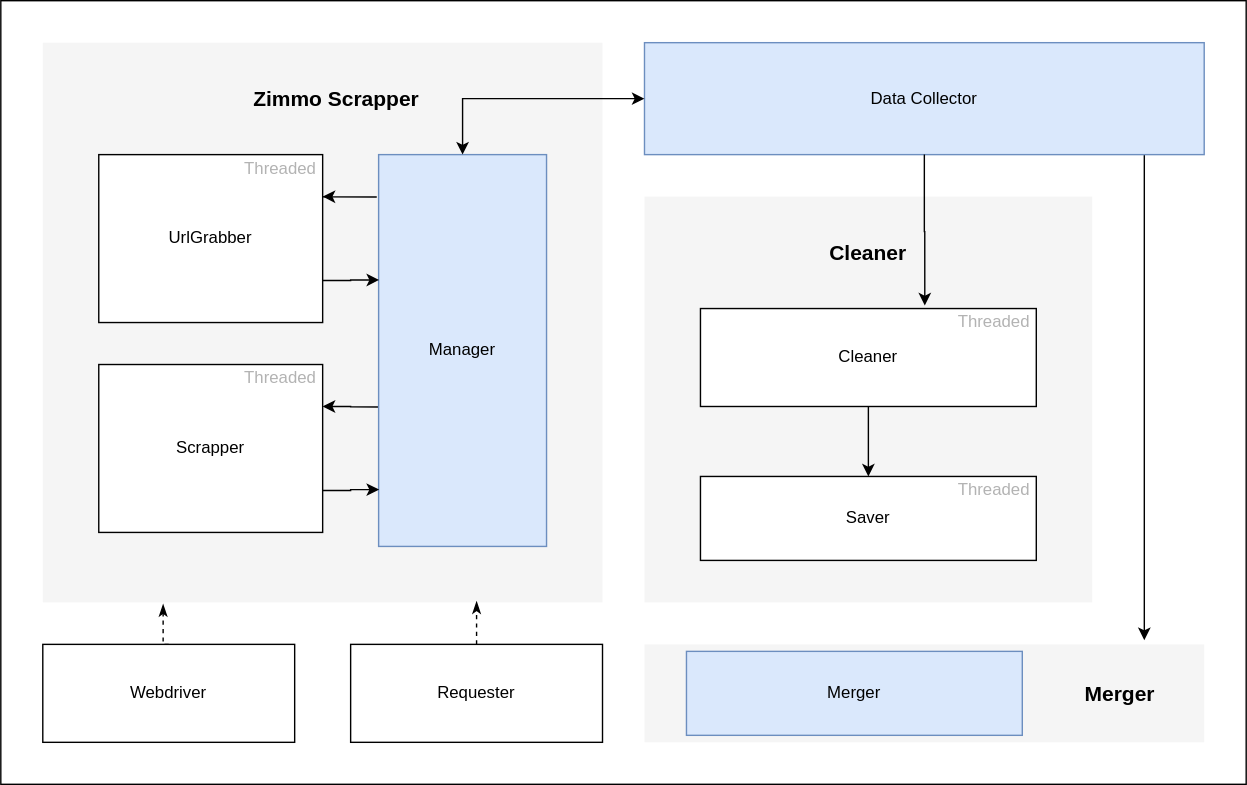
The draw.io diagram docs/architecture.svg in Joffreybvn/bot-scrape-zimmo, before a commit. Source tidied: cells renumbered, new cells last; positions are measured from the earlier drawing's top-left corner, leaving out a move shared by most shapes.
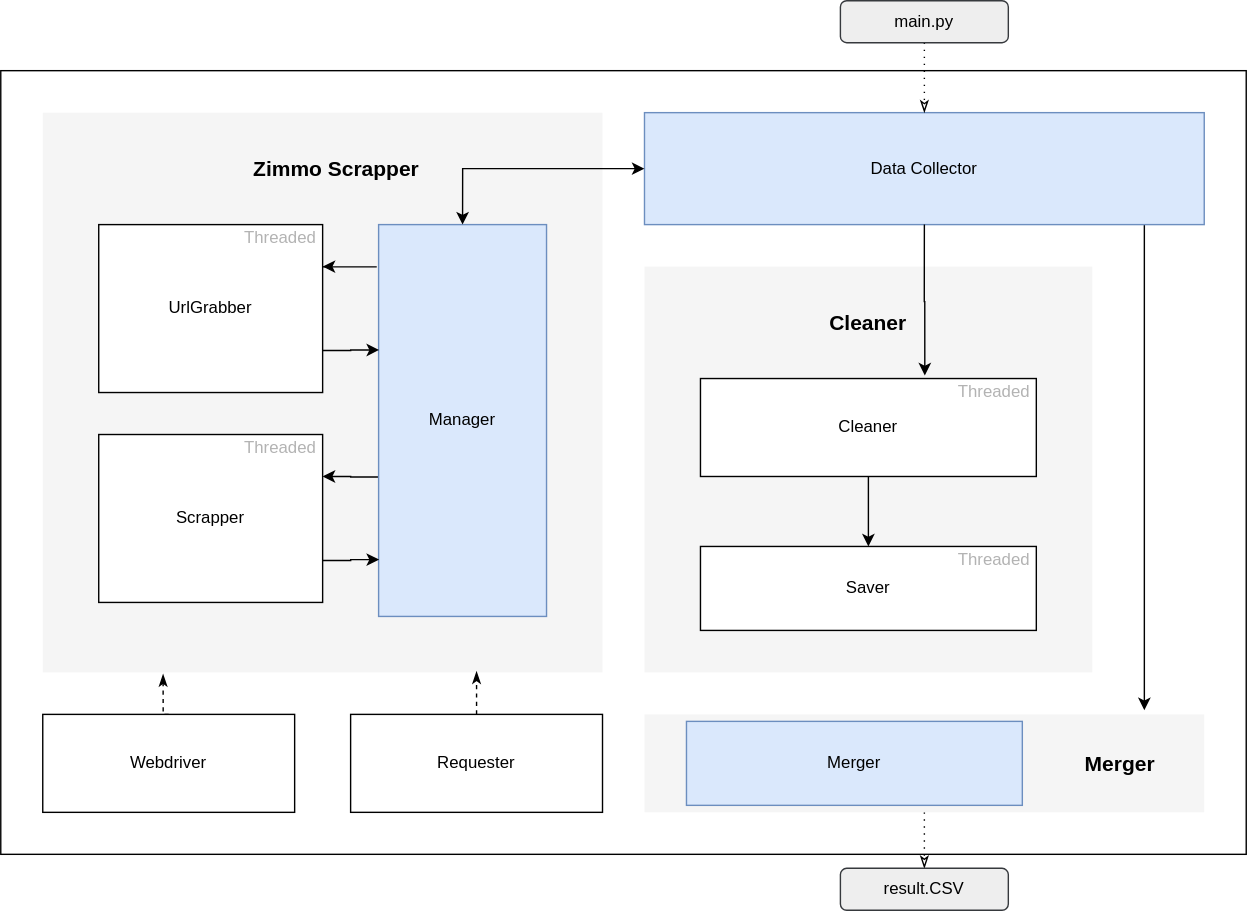
After the commit.

Change to the diagram source:
```diff
@@ -98,6 +98,9 @@
     <mxCell id="33" style="rounded=0;whiteSpace=wrap;html=1;" parent="1" vertex="1">
       <mxGeometry x="250" y="460" width="180" height="70" as="geometry" />
     </mxCell>
+    <mxCell id="41" style="edgeStyle=orthogonalEdgeStyle;rounded=0;jettySize=auto;html=1;exitX=0.5;exitY=1;exitDx=0;exitDy=0;entryX=0.5;entryY=0;entryDx=0;entryDy=0;dashed=1;dashPattern=1 4;endArrow=classicThin;endFill=0;" parent="1" edge="1" source="34" target="45">
+      <mxGeometry relative="1" as="geometry" />
+    </mxCell>
     <mxCell id="34" style="rounded=0;whiteSpace=wrap;html=1;fillColor=#f5f5f5;fontColor=#333333;strokeColor=none;" parent="1" vertex="1">
       <mxGeometry x="460" y="460" width="400" height="70" as="geometry" />
     </mxCell>
@@ -119,5 +122,20 @@
     <mxCell id="40" style="edgeStyle=orthogonalEdgeStyle;rounded=0;jettySize=auto;html=1;exitX=0.5;exitY=1;exitDx=0;exitDy=0;entryX=0.668;entryY=-0.031;entryDx=0;entryDy=0;endArrow=classic;endFill=1;entryPerimeter=0;" parent="1" edge="1" source="18" target="22">
       <mxGeometry relative="1" as="geometry" />
     </mxCell>
+    <mxCell id="42" style="edgeStyle=orthogonalEdgeStyle;rounded=0;jettySize=auto;html=1;exitX=0.5;exitY=1;exitDx=0;exitDy=0;endArrow=classicThin;endFill=0;dashed=1;dashPattern=1 4;" parent="1" edge="1" source="43" target="18">
+      <mxGeometry relative="1" as="geometry" />
+    </mxCell>
+    <mxCell id="43" style="rounded=1;whiteSpace=wrap;html=1;fillColor=#eeeeee;strokeColor=#36393d;" parent="1" vertex="1">
+      <mxGeometry x="600" y="-50" width="120" height="30" as="geometry" />
+    </mxCell>
+    <mxCell id="44" value="main.py" style="text;html=1;strokeColor=none;fillColor=none;align=center;verticalAlign=middle;whiteSpace=wrap;rounded=0;" parent="1" vertex="1">
+      <mxGeometry x="640" y="-45" width="40" height="20" as="geometry" />
+    </mxCell>
+    <mxCell id="45" style="rounded=1;whiteSpace=wrap;html=1;fillColor=#eeeeee;strokeColor=#36393d;" parent="1" vertex="1">
+      <mxGeometry x="600" y="570" width="120" height="30" as="geometry" />
+    </mxCell>
+    <mxCell id="46" value="result.CSV" style="text;html=1;strokeColor=none;fillColor=none;align=center;verticalAlign=middle;whiteSpace=wrap;rounded=0;" parent="1" vertex="1">
+      <mxGeometry x="640" y="575" width="40" height="20" as="geometry" />
+    </mxCell>
   </root>
 </mxGraphModel>
```
